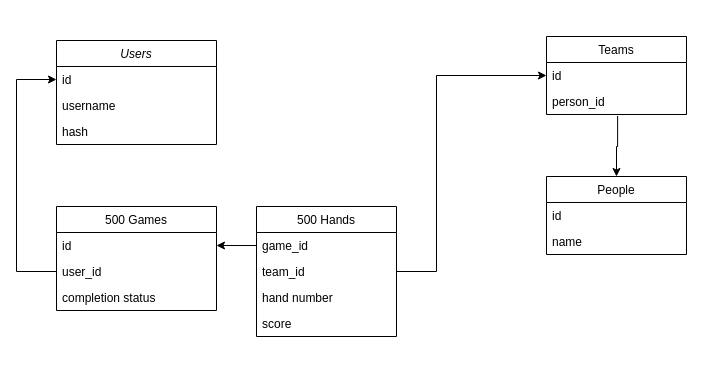
Above: ScoreCard.drawio in danrkeith/scorecard (draw.io), before the change. Source tidied: cells renumbered, new cells numbered last; positions are measured from the earlier drawing's top-left corner, leaving out a move shared by most shapes. Both pictures are drawn from the tidied source at 100%, with x=0, y=0 at pixel (16, 36).
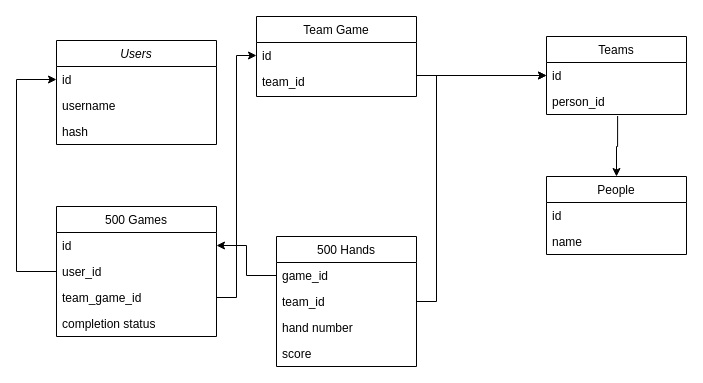
Above is the later version.

The change refers to these unchanged cells:
```xml
<mxCell id="11" value="id" style="text;strokeColor=none;fillColor=none;align=left;verticalAlign=top;spacingLeft=4;spacingRight=4;overflow=hidden;points=[[0,0.5],[1,0.5]];portConstraint=eastwest;" parent="10" vertex="1">
  <mxGeometry y="26" width="140" height="26" as="geometry" />
</mxCell>
<mxCell id="19" value="team_id" style="text;strokeColor=none;fillColor=none;align=left;verticalAlign=top;spacingLeft=4;spacingRight=4;overflow=hidden;points=[[0,0.5],[1,0.5]];portConstraint=eastwest;" parent="17" vertex="1">
  <mxGeometry y="52" width="140" height="26" as="geometry" />
</mxCell>
```

What changed in the source:
```diff
@@
     <mxCell id="6" value="500 Games" style="swimlane;fontStyle=0;align=center;verticalAlign=top;horizontal=1;startSize=26;rounded=0;shadow=0;strokeWidth=1;" parent="1" vertex="1">
-      <mxGeometry x="40" y="170" width="160" height="104" as="geometry" />
+      <mxGeometry x="40" y="170" width="160" height="130" as="geometry" />
     </mxCell>
@@
+    <mxCell id="25" value="team_game_id" style="text;align=left;verticalAlign=top;spacingLeft=4;spacingRight=4;overflow=hidden;points=[[0,0.5],[1,0.5]];portConstraint=eastwest;rounded=0;shadow=0;html=0;" parent="6" vertex="1">
+      <mxGeometry y="78" width="160" height="26" as="geometry" />
+    </mxCell>
     <mxCell id="9" value="completion status" style="text;align=left;verticalAlign=top;spacingLeft=4;spacingRight=4;overflow=hidden;rounded=0;shadow=0;html=0;" parent="6" vertex="1">
-      <mxGeometry y="78" width="160" height="26" as="geometry" />
+      <mxGeometry y="104" width="160" height="26" as="geometry" />
     </mxCell>
@@
     <mxCell id="17" value="500 Hands" style="swimlane;fontStyle=0;horizontal=1;startSize=26;" parent="1" vertex="1">
-      <mxGeometry x="240" y="170" width="140" height="130" as="geometry" />
+      <mxGeometry x="260" y="200" width="140" height="130" as="geometry" />
     </mxCell>
@@
     <mxCell id="22" style="edgeStyle=orthogonalEdgeStyle;rounded=0;jettySize=auto;html=1;entryX=0;entryY=0.5;entryDx=0;entryDy=0;exitX=1;exitY=0.5;exitDx=0;exitDy=0;" parent="1" edge="1" source="19" target="11">
       <mxGeometry relative="1" as="geometry">
         <Array as="points">
-          <mxPoint x="420" y="235" />
+          <mxPoint x="420" y="265" />
           <mxPoint x="420" y="39" />
         </Array>
       </mxGeometry>
     </mxCell>
@@
+    <mxCell id="26" value="Team Game" style="swimlane;fontStyle=0;align=center;verticalAlign=top;horizontal=1;startSize=26;rounded=0;shadow=0;strokeWidth=1;" parent="1" vertex="1">
+      <mxGeometry x="240" y="-20" width="160" height="80" as="geometry" />
+    </mxCell>
+    <mxCell id="27" value="id" style="text;align=left;verticalAlign=top;spacingLeft=4;spacingRight=4;overflow=hidden;points=[[0,0.5],[1,0.5]];portConstraint=eastwest;" parent="26" vertex="1">
+      <mxGeometry y="26" width="160" height="26" as="geometry" />
+    </mxCell>
+    <mxCell id="28" value="team_id" style="text;align=left;verticalAlign=top;spacingLeft=4;spacingRight=4;overflow=hidden;points=[[0,0.5],[1,0.5]];portConstraint=eastwest;rounded=0;shadow=0;html=0;" parent="26" vertex="1">
+      <mxGeometry y="52" width="160" height="26" as="geometry" />
+    </mxCell>
+    <mxCell id="29" style="edgeStyle=orthogonalEdgeStyle;rounded=0;jettySize=auto;html=1;" parent="1" edge="1" source="28" target="11">
+      <mxGeometry relative="1" as="geometry">
+        <Array as="points">
+          <mxPoint x="470" y="39" />
+          <mxPoint x="470" y="39" />
+        </Array>
+      </mxGeometry>
+    </mxCell>
+    <mxCell id="30" style="edgeStyle=orthogonalEdgeStyle;rounded=0;jettySize=auto;html=1;" parent="1" edge="1" source="25" target="27">
+      <mxGeometry relative="1" as="geometry" />
+    </mxCell>
```
